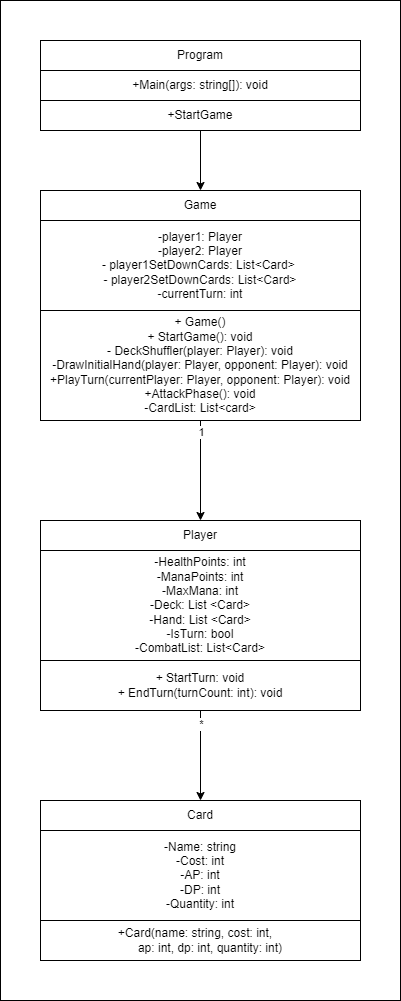
Before: Fluxograma.png, a diagram exported from draw.io (trunksrage24/LP1Projeto2). Source tidied: cells renumbered, new cells last; positions are measured from the earlier drawing's top-left corner, leaving out a move shared by most shapes.
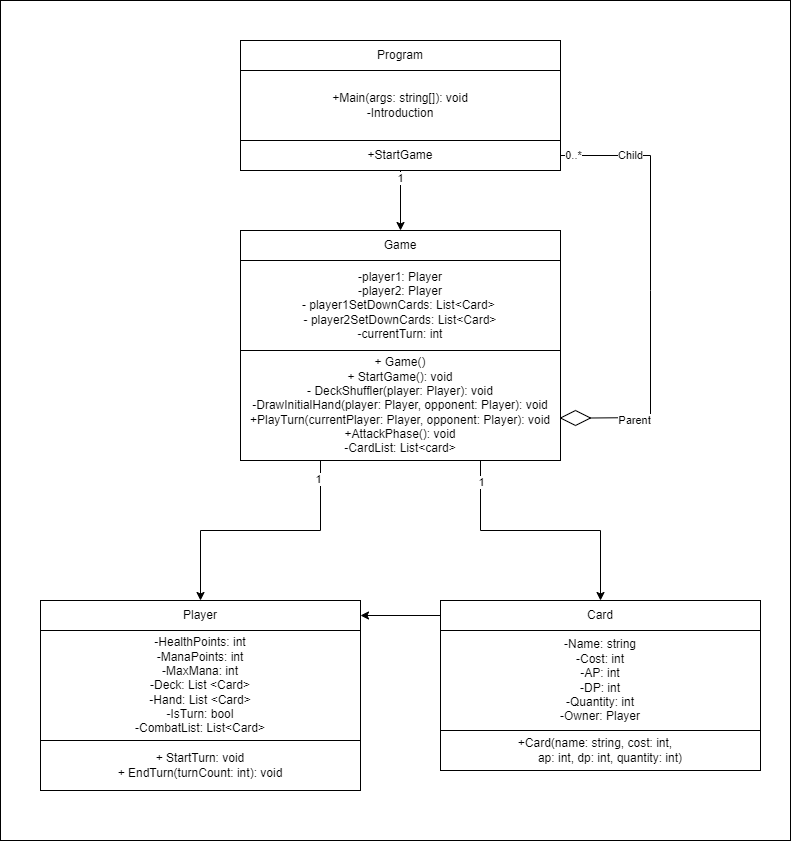
Above is the later version.

Diff of the diagram source:
```diff
@@ -2,63 +2,88 @@
   <root>
     <mxCell id="0" />
     <mxCell id="1" parent="0" />
-    <mxCell id="2" style="rounded=0;whiteSpace=wrap;html=1;gradientColor=none;" parent="1" vertex="1">
-      <mxGeometry width="400" height="1000" as="geometry" />
+    <mxCell id="2" style="rounded=0;whiteSpace=wrap;html=1;" parent="1" vertex="1">
+      <mxGeometry x="-200" y="-40" width="790" height="840" as="geometry" />
     </mxCell>
     <mxCell id="3" value="Game" style="rounded=0;whiteSpace=wrap;html=1;" parent="1" vertex="1">
       <mxGeometry x="40" y="190" width="320" height="30" as="geometry" />
     </mxCell>
-    <mxCell id="4" style="edgeStyle=orthogonalEdgeStyle;rounded=0;jettySize=auto;html=1;entryX=0.5;entryY=0;entryDx=0;entryDy=0;exitX=0.5;exitY=1;exitDx=0;exitDy=0;" parent="1" edge="1" source="13" target="7">
-      <mxGeometry relative="1" as="geometry" />
+    <mxCell id="4" value="-player1: Player&lt;br&gt;-player2: Player&lt;br&gt;- player1SetDownCards: List&amp;lt;Card&amp;gt;&amp;nbsp;&lt;br&gt;- player2SetDownCards: List&amp;lt;Card&amp;gt;&lt;br&gt;-currentTurn: int" style="rounded=0;whiteSpace=wrap;html=1;" parent="1" vertex="1">
+      <mxGeometry x="40" y="220" width="320" height="90" as="geometry" />
     </mxCell>
-    <mxCell id="5" value="1" style="edgeLabel;html=1;align=center;verticalAlign=middle;points=[];" parent="4" vertex="1">
-      <mxGeometry x="-0.77" y="1" relative="1" as="geometry">
-        <mxPoint x="-1" as="offset" />
-      </mxGeometry>
+    <mxCell id="5" value="Player" style="rounded=0;whiteSpace=wrap;html=1;" parent="1" vertex="1">
+      <mxGeometry x="-160" y="560" width="320" height="30" as="geometry" />
     </mxCell>
-    <mxCell id="6" value="-player1: Player&lt;br&gt;-player2: Player&lt;br&gt;- player1SetDownCards: List&amp;lt;Card&amp;gt;&amp;nbsp;&lt;br&gt;- player2SetDownCards: List&amp;lt;Card&amp;gt;&lt;br&gt;-currentTurn: int" style="rounded=0;whiteSpace=wrap;html=1;" parent="1" vertex="1">
-      <mxGeometry x="40" y="220" width="320" height="90" as="geometry" />
+    <mxCell id="6" value="&lt;div&gt;-HealthPoints: int&lt;/div&gt;&lt;div&gt;-ManaPoints: int&lt;/div&gt;&lt;div&gt;-MaxMana: int&lt;/div&gt;&lt;div&gt;-Deck: List &amp;lt;Card&amp;gt;&lt;/div&gt;&lt;div&gt;-Hand: List &amp;lt;Card&amp;gt;&lt;/div&gt;&lt;div&gt;-IsTurn: bool&lt;/div&gt;&lt;div&gt;-CombatList: List&amp;lt;Card&amp;gt;&lt;/div&gt;" style="rounded=0;whiteSpace=wrap;html=1;align=center;" parent="1" vertex="1">
+      <mxGeometry x="-160" y="590" width="320" height="110" as="geometry" />
     </mxCell>
-    <mxCell id="7" value="Player" style="rounded=0;whiteSpace=wrap;html=1;" parent="1" vertex="1">
-      <mxGeometry x="40" y="520" width="320" height="30" as="geometry" />
+    <mxCell id="7" style="edgeStyle=orthogonalEdgeStyle;rounded=0;jettySize=auto;html=1;exitX=0;exitY=0.5;exitDx=0;exitDy=0;entryX=1;entryY=0.5;entryDx=0;entryDy=0;" parent="1" edge="1" source="8" target="5">
+      <mxGeometry relative="1" as="geometry" />
     </mxCell>
-    <mxCell id="8" style="edgeStyle=orthogonalEdgeStyle;rounded=0;jettySize=auto;html=1;entryX=0.5;entryY=0;entryDx=0;entryDy=0;exitX=0.5;exitY=1;exitDx=0;exitDy=0;" parent="1" edge="1" source="18" target="11">
-      <mxGeometry relative="1" as="geometry" />
+    <mxCell id="8" value="Card" style="rounded=0;whiteSpace=wrap;html=1;" parent="1" vertex="1">
+      <mxGeometry x="240" y="560" width="320" height="30" as="geometry" />
     </mxCell>
-    <mxCell id="9" value="*" style="edgeLabel;html=1;align=center;verticalAlign=middle;" parent="8" vertex="1">
-      <mxGeometry x="-0.81" y="1" relative="1" as="geometry">
-        <mxPoint x="-1" y="5" as="offset" />
-      </mxGeometry>
+    <mxCell id="9" value="&lt;div&gt;-Name: string&lt;/div&gt;&lt;div&gt;-Cost: int&lt;/div&gt;&lt;div&gt;-AP: int&lt;/div&gt;&lt;div&gt;-DP: int&lt;/div&gt;&lt;div&gt;-Quantity: int&lt;/div&gt;&lt;div&gt;-Owner: Player&lt;/div&gt;" style="rounded=0;whiteSpace=wrap;html=1;align=center;" parent="1" vertex="1">
+      <mxGeometry x="240" y="590" width="320" height="100" as="geometry" />
     </mxCell>
-    <mxCell id="10" value="&lt;div&gt;-HealthPoints: int&lt;/div&gt;&lt;div&gt;-ManaPoints: int&lt;/div&gt;&lt;div&gt;-MaxMana: int&lt;/div&gt;&lt;div&gt;-Deck: List &amp;lt;Card&amp;gt;&lt;/div&gt;&lt;div&gt;-Hand: List &amp;lt;Card&amp;gt;&lt;/div&gt;&lt;div&gt;-IsTurn: bool&lt;/div&gt;&lt;div&gt;-CombatList: List&amp;lt;Card&amp;gt;&lt;/div&gt;" style="rounded=0;whiteSpace=wrap;html=1;align=center;" parent="1" vertex="1">
-      <mxGeometry x="40" y="550" width="320" height="110" as="geometry" />
+    <mxCell id="10" style="edgeStyle=orthogonalEdgeStyle;rounded=0;jettySize=auto;html=1;exitX=0.75;exitY=1;exitDx=0;exitDy=0;entryX=0.5;entryY=0;entryDx=0;entryDy=0;" parent="1" edge="1" source="14" target="8">
+      <mxGeometry relative="1" as="geometry" />
     </mxCell>
-    <mxCell id="11" value="Card" style="rounded=0;whiteSpace=wrap;html=1;" parent="1" vertex="1">
-      <mxGeometry x="40" y="800" width="320" height="30" as="geometry" />
+    <mxCell id="11" value="1" style="edgeLabel;html=1;align=center;verticalAlign=middle;points=[];" parent="10" vertex="1">
+      <mxGeometry x="-0.89" y="-2" relative="1" as="geometry">
+        <mxPoint x="2" y="6" as="offset" />
+      </mxGeometry>
     </mxCell>
-    <mxCell id="12" value="&lt;div&gt;-Name: string&lt;/div&gt;&lt;div&gt;-Cost: int&lt;/div&gt;&lt;div&gt;-AP: int&lt;/div&gt;&lt;div&gt;-DP: int&lt;/div&gt;&lt;div&gt;-Quantity: int&lt;/div&gt;" style="rounded=0;whiteSpace=wrap;html=1;align=center;" parent="1" vertex="1">
-      <mxGeometry x="40" y="830" width="320" height="90" as="geometry" />
+    <mxCell id="12" style="edgeStyle=orthogonalEdgeStyle;rounded=0;jettySize=auto;html=1;exitX=0.25;exitY=1;exitDx=0;exitDy=0;entryX=0.5;entryY=0;entryDx=0;entryDy=0;" parent="1" edge="1" source="14" target="5">
+      <mxGeometry relative="1" as="geometry" />
     </mxCell>
-    <mxCell id="13" value="+ Game()&lt;br&gt;+ StartGame(): void&lt;br&gt;- DeckShuffler(player: Player): void&lt;br&gt;-DrawInitialHand(player: Player, opponent: Player): void&lt;br&gt;+PlayTurn(currentPlayer: Player, opponent: Player): void&lt;br&gt;+AttackPhase(): void&lt;br&gt;-CardList: List&amp;lt;card&amp;gt;" style="rounded=0;whiteSpace=wrap;html=1;" parent="1" vertex="1">
-      <mxGeometry x="40" y="310" width="320" height="110" as="geometry" />
+    <mxCell id="13" value="1" style="edgeLabel;html=1;align=center;verticalAlign=middle;points=[];" parent="12" vertex="1">
+      <mxGeometry x="-0.86" y="-3" relative="1" as="geometry" />
     </mxCell>
-    <mxCell id="14" value="Program" style="rounded=0;whiteSpace=wrap;html=1;" parent="1" vertex="1">
-      <mxGeometry x="40" y="40" width="320" height="30" as="geometry" />
+    <mxCell id="14" value="+ Game()&lt;br&gt;+ StartGame(): void&lt;br&gt;- DeckShuffler(player: Player): void&lt;br&gt;-DrawInitialHand(player: Player, opponent: Player): void&lt;br&gt;+PlayTurn(currentPlayer: Player, opponent: Player): void&lt;br&gt;+AttackPhase(): void&lt;br&gt;-CardList: List&amp;lt;card&amp;gt;" style="rounded=0;whiteSpace=wrap;html=1;" parent="1" vertex="1">
+      <mxGeometry x="40" y="310" width="320" height="110" as="geometry" />
     </mxCell>
-    <mxCell id="15" value="+Main(args: string[]): void" style="rounded=0;whiteSpace=wrap;html=1;" parent="1" vertex="1">
-      <mxGeometry x="40" y="70" width="320" height="30" as="geometry" />
+    <mxCell id="15" value="Program" style="rounded=0;whiteSpace=wrap;html=1;" parent="1" vertex="1">
+      <mxGeometry x="40" width="320" height="30" as="geometry" />
     </mxCell>
-    <mxCell id="16" style="edgeStyle=orthogonalEdgeStyle;rounded=0;jettySize=auto;html=1;exitX=0.5;exitY=1;exitDx=0;exitDy=0;entryX=0.5;entryY=0;entryDx=0;entryDy=0;" parent="1" edge="1" source="17" target="3">
-      <mxGeometry relative="1" as="geometry" />
+    <mxCell id="16" value="+Main(args: string[]): void&lt;br&gt;-Introduction" style="rounded=0;whiteSpace=wrap;html=1;" parent="1" vertex="1">
+      <mxGeometry x="40" y="30" width="320" height="70" as="geometry" />
     </mxCell>
-    <mxCell id="17" value="+StartGame" style="rounded=0;whiteSpace=wrap;html=1;" parent="1" vertex="1">
-      <mxGeometry x="40" y="100" width="320" height="30" as="geometry" />
+    <mxCell id="17" style="edgeStyle=orthogonalEdgeStyle;rounded=0;jettySize=auto;html=1;exitX=0.5;exitY=1;exitDx=0;exitDy=0;entryX=0.5;entryY=0;entryDx=0;entryDy=0;" parent="1" edge="1" source="19" target="3">
+      <mxGeometry relative="1" as="geometry" />
     </mxCell>
-    <mxCell id="18" value="&lt;div&gt;+ StartTurn: void&lt;/div&gt;&lt;div&gt;+ EndTurn(turnCount: int): void&lt;/div&gt;" style="rounded=0;whiteSpace=wrap;html=1;align=center;" parent="1" vertex="1">
-      <mxGeometry x="40" y="660" width="320" height="50" as="geometry" />
+    <mxCell id="18" value="1" style="edgeLabel;html=1;align=center;verticalAlign=middle;points=[];" parent="17" vertex="1">
+      <mxGeometry x="-0.76" y="-1" relative="1" as="geometry" />
     </mxCell>
-    <mxCell id="19" value="&lt;div&gt;+Card(name: string, cost: int,&amp;nbsp; &amp;nbsp;&lt;/div&gt;&lt;div&gt;&amp;nbsp; &amp;nbsp; &amp;nbsp; &amp;nbsp;ap: int, dp: int, quantity: int)&amp;nbsp;&lt;/div&gt;" style="rounded=0;whiteSpace=wrap;html=1;align=center;" parent="1" vertex="1">
-      <mxGeometry x="40" y="920" width="320" height="40" as="geometry" />
+    <mxCell id="19" value="+StartGame" style="rounded=0;whiteSpace=wrap;html=1;" parent="1" vertex="1">
+      <mxGeometry x="40" y="100" width="320" height="30" as="geometry" />
     </mxCell>
+    <mxCell id="20" value="&lt;div&gt;+ StartTurn: void&lt;/div&gt;&lt;div&gt;+ EndTurn(turnCount: int): void&lt;/div&gt;" style="rounded=0;whiteSpace=wrap;html=1;align=center;" parent="1" vertex="1">
+      <mxGeometry x="-160" y="700" width="320" height="50" as="geometry" />
+    </mxCell>
+    <mxCell id="21" value="&lt;div&gt;+Card(name: string, cost: int,&amp;nbsp; &amp;nbsp;&lt;/div&gt;&lt;div&gt;&amp;nbsp; &amp;nbsp; &amp;nbsp; &amp;nbsp;ap: int, dp: int, quantity: int)&amp;nbsp;&lt;/div&gt;" style="rounded=0;whiteSpace=wrap;html=1;align=center;" parent="1" vertex="1">
+      <mxGeometry x="240" y="690" width="320" height="40" as="geometry" />
+    </mxCell>
+    <mxCell id="22" style="rhombus;whiteSpace=wrap;html=1;" parent="1" vertex="1">
+      <mxGeometry x="360" y="370" width="30" height="15" as="geometry" />
+    </mxCell>
+    <mxCell id="23" style="endArrow=none;html=1;rounded=0;exitX=1;exitY=0.5;exitDx=0;exitDy=0;entryX=1;entryY=0.5;entryDx=0;entryDy=0;" parent="1" edge="1" source="22" target="19">
+      <mxGeometry relative="1" as="geometry">
+        <Array as="points">
+          <mxPoint x="450" y="377" />
+          <mxPoint x="450" y="250" />
+          <mxPoint x="450" y="115" />
+        </Array>
+      </mxGeometry>
+    </mxCell>
+    <mxCell id="24" value="Parent" style="edgeLabel;html=1;align=center;verticalAlign=middle;" parent="23" vertex="1">
+      <mxGeometry x="-0.79" y="-2" relative="1" as="geometry" />
+    </mxCell>
+    <mxCell id="25" value="Child" style="edgeLabel;html=1;align=center;verticalAlign=middle;" parent="23" vertex="1">
+      <mxGeometry x="0.66" y="-1" relative="1" as="geometry" />
+    </mxCell>
+    <mxCell id="26" value="0..*" style="edgeLabel;html=1;align=center;verticalAlign=middle;" parent="23" vertex="1">
+      <mxGeometry x="0.94" y="-1" relative="1" as="geometry" />
+    </mxCell>
   </root>
 </mxGraphModel>
```
